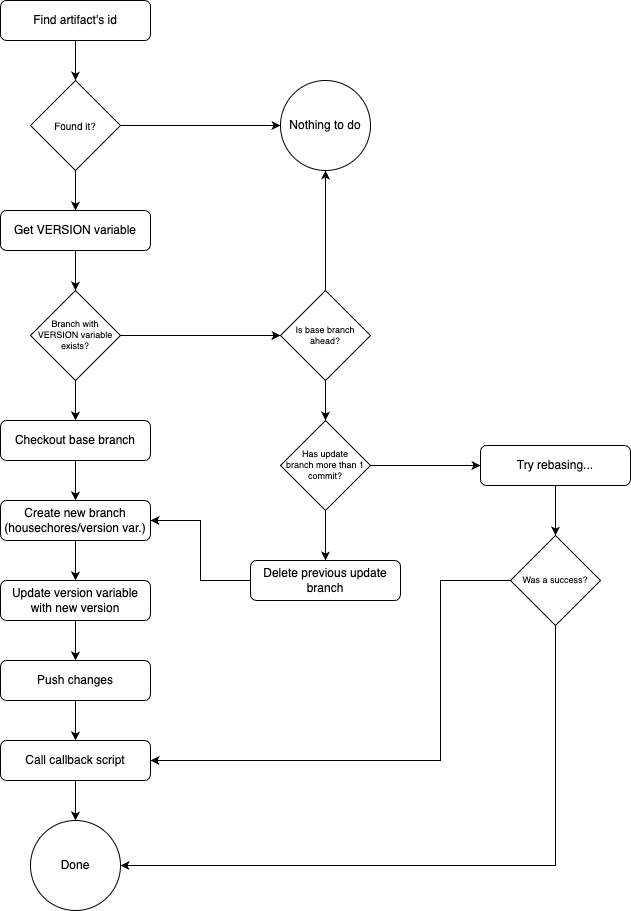
Before: assets/diagram_dark.png, a diagram exported from draw.io (Andr3Carvalh0/Gradle_Dependencies_Updater). Source tidied: cells renumbered, new cells last; positions are measured from the earlier drawing's top-left corner, leaving out a move shared by most shapes.
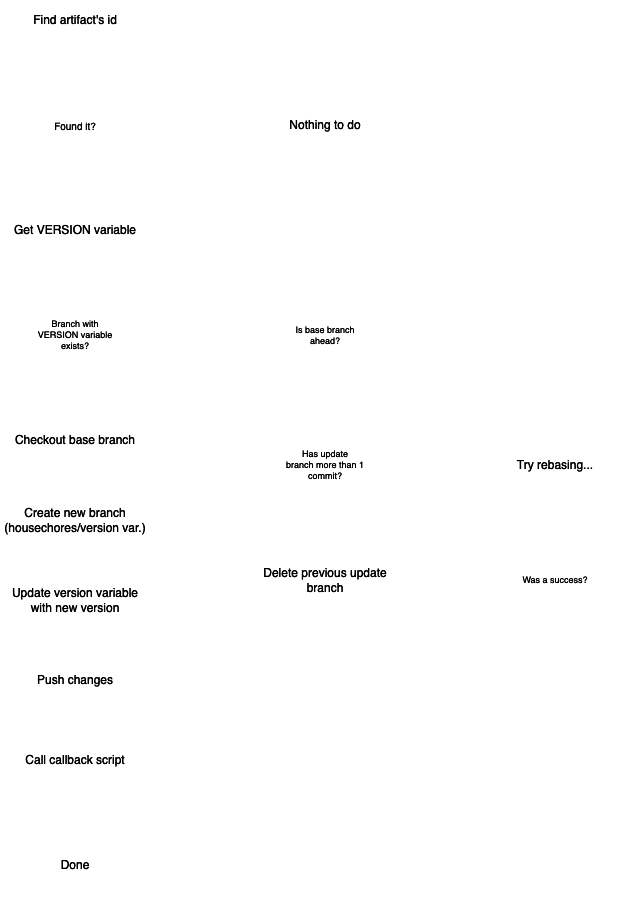
After the commit.

Commit message:
Fix diagram in dark mode

What changed in the source:
```diff
@@ -2,13 +2,13 @@
   <root>
     <mxCell id="0" />
     <mxCell id="1" parent="0" />
-    <mxCell id="2" value="Find artifact's id" style="rounded=1;whiteSpace=wrap;html=1;" parent="1" vertex="1">
+    <mxCell id="2" value="Find artifact's id" style="rounded=1;whiteSpace=wrap;html=1;fillColor=#000000;fontColor=#FFFFFF;" parent="1" vertex="1">
       <mxGeometry width="150" height="40" as="geometry" />
     </mxCell>
     <mxCell id="3" style="edgeStyle=orthogonalEdgeStyle;rounded=0;jettySize=auto;html=1;exitX=0.5;exitY=1;exitDx=0;exitDy=0;entryX=0.5;entryY=0;entryDx=0;entryDy=0;" parent="1" edge="1" source="4" target="7">
       <mxGeometry relative="1" as="geometry" />
     </mxCell>
-    <mxCell id="4" value="Get VERSION variable" style="rounded=1;whiteSpace=wrap;html=1;" parent="1" vertex="1">
+    <mxCell id="4" value="Get VERSION variable" style="rounded=1;whiteSpace=wrap;html=1;fillColor=#000000;fontColor=#FFFFFF;" parent="1" vertex="1">
       <mxGeometry y="210" width="150" height="40" as="geometry" />
     </mxCell>
     <mxCell id="5" style="edgeStyle=orthogonalEdgeStyle;rounded=0;jettySize=auto;html=1;exitX=1;exitY=0.5;exitDx=0;exitDy=0;entryX=0;entryY=0.5;entryDx=0;entryDy=0;" parent="1" edge="1" source="7" target="15">
@@ -17,7 +17,7 @@
     <mxCell id="6" style="edgeStyle=orthogonalEdgeStyle;rounded=0;jettySize=auto;html=1;exitX=0.5;exitY=1;exitDx=0;exitDy=0;entryX=0.5;entryY=0;entryDx=0;entryDy=0;" parent="1" edge="1" source="7" target="17">
       <mxGeometry relative="1" as="geometry" />
     </mxCell>
-    <mxCell id="7" value="Branch with VERSION variable exists?" style="rhombus;whiteSpace=wrap;html=1;fontSize=9;" parent="1" vertex="1">
+    <mxCell id="7" value="Branch with VERSION variable exists?" style="rhombus;whiteSpace=wrap;html=1;fontSize=9;fontColor=#FFFFFF;fillColor=#000000;" parent="1" vertex="1">
       <mxGeometry x="30" y="290" width="90" height="90" as="geometry" />
     </mxCell>
     <mxCell id="8" style="edgeStyle=orthogonalEdgeStyle;rounded=0;jettySize=auto;html=1;entryX=0.5;entryY=1;entryDx=0;entryDy=0;endArrow=none;endFill=0;startArrow=classic;startFill=1;" parent="1" edge="1" source="11" target="2">
@@ -29,10 +29,10 @@
     <mxCell id="10" style="edgeStyle=orthogonalEdgeStyle;rounded=0;jettySize=auto;html=1;exitX=1;exitY=0.5;exitDx=0;exitDy=0;entryX=0;entryY=0.5;entryDx=0;entryDy=0;" parent="1" edge="1" source="11" target="12">
       <mxGeometry relative="1" as="geometry" />
     </mxCell>
-    <mxCell id="11" value="Found it?" style="rhombus;whiteSpace=wrap;html=1;fontSize=10;" parent="1" vertex="1">
+    <mxCell id="11" value="Found it?" style="rhombus;whiteSpace=wrap;html=1;fontSize=10;fontColor=#FFFFFF;fillColor=#000000;" parent="1" vertex="1">
       <mxGeometry x="30" y="80" width="90" height="90" as="geometry" />
     </mxCell>
-    <mxCell id="12" value="Nothing to do" style="ellipse;whiteSpace=wrap;html=1;" parent="1" vertex="1">
+    <mxCell id="12" value="Nothing to do" style="ellipse;whiteSpace=wrap;html=1;fontColor=#FFFFFF;gradientColor=none;fillColor=#000000;" parent="1" vertex="1">
       <mxGeometry x="280" y="80" width="90" height="90" as="geometry" />
     </mxCell>
     <mxCell id="13" style="edgeStyle=orthogonalEdgeStyle;rounded=0;jettySize=auto;html=1;entryX=0.5;entryY=1;entryDx=0;entryDy=0;" parent="1" edge="1" source="15" target="12">
@@ -41,13 +41,13 @@
     <mxCell id="14" style="edgeStyle=orthogonalEdgeStyle;rounded=0;jettySize=auto;html=1;exitX=0.5;exitY=1;exitDx=0;exitDy=0;entryX=0.5;entryY=0;entryDx=0;entryDy=0;" parent="1" edge="1" source="15" target="20">
       <mxGeometry relative="1" as="geometry" />
     </mxCell>
-    <mxCell id="15" value="Is base branch &lt;br&gt;ahead?" style="rhombus;whiteSpace=wrap;html=1;fontSize=9;" parent="1" vertex="1">
+    <mxCell id="15" value="Is base branch &lt;br&gt;ahead?" style="rhombus;whiteSpace=wrap;html=1;fontSize=9;fillColor=#000000;fontColor=#FFFFFF;" parent="1" vertex="1">
       <mxGeometry x="280" y="290" width="90" height="90" as="geometry" />
     </mxCell>
     <mxCell id="16" style="edgeStyle=orthogonalEdgeStyle;rounded=0;jettySize=auto;html=1;exitX=0.5;exitY=1;exitDx=0;exitDy=0;entryX=0.5;entryY=0;entryDx=0;entryDy=0;" parent="1" edge="1" source="17" target="22">
       <mxGeometry relative="1" as="geometry" />
     </mxCell>
-    <mxCell id="17" value="Checkout base branch" style="rounded=1;whiteSpace=wrap;html=1;" parent="1" vertex="1">
+    <mxCell id="17" value="Checkout base branch" style="rounded=1;whiteSpace=wrap;html=1;fillColor=#000000;fontColor=#FFFFFF;" parent="1" vertex="1">
       <mxGeometry y="420" width="150" height="40" as="geometry" />
     </mxCell>
     <mxCell id="18" style="edgeStyle=orthogonalEdgeStyle;rounded=0;jettySize=auto;html=1;exitX=0.5;exitY=1;exitDx=0;exitDy=0;" parent="1" edge="1" source="20" target="26">
@@ -56,73 +56,78 @@
     <mxCell id="19" style="edgeStyle=orthogonalEdgeStyle;rounded=0;jettySize=auto;html=1;exitX=1;exitY=0.5;exitDx=0;exitDy=0;entryX=0;entryY=0.5;entryDx=0;entryDy=0;" parent="1" edge="1" source="20" target="33">
       <mxGeometry relative="1" as="geometry" />
     </mxCell>
-    <mxCell id="20" value="Has update &lt;br&gt;branch more than 1 &lt;br&gt;commit?" style="rhombus;whiteSpace=wrap;html=1;fontSize=9;" parent="1" vertex="1">
+    <mxCell id="20" value="Has update &lt;br&gt;branch more than 1 &lt;br&gt;commit?" style="rhombus;whiteSpace=wrap;html=1;fontSize=9;fillColor=#000000;fontColor=#FFFFFF;" parent="1" vertex="1">
       <mxGeometry x="280" y="420" width="90" height="90" as="geometry" />
     </mxCell>
     <mxCell id="21" style="edgeStyle=orthogonalEdgeStyle;rounded=0;jettySize=auto;html=1;exitX=0.5;exitY=1;exitDx=0;exitDy=0;entryX=0.5;entryY=0;entryDx=0;entryDy=0;" parent="1" edge="1" source="22" target="24">
       <mxGeometry relative="1" as="geometry" />
     </mxCell>
-    <mxCell id="22" value="Create new branch &lt;br&gt;(housechores/version var.)" style="rounded=1;whiteSpace=wrap;html=1;" parent="1" vertex="1">
+    <mxCell id="22" value="Create new branch &lt;br&gt;(housechores/version var.)" style="rounded=1;whiteSpace=wrap;html=1;fillColor=#000000;fontColor=#FFFFFF;" parent="1" vertex="1">
       <mxGeometry y="500" width="150" height="40" as="geometry" />
     </mxCell>
     <mxCell id="23" style="edgeStyle=orthogonalEdgeStyle;rounded=0;jettySize=auto;html=1;exitX=0.5;exitY=1;exitDx=0;exitDy=0;entryX=0.5;entryY=0;entryDx=0;entryDy=0;" parent="1" edge="1" source="24" target="28">
       <mxGeometry relative="1" as="geometry" />
     </mxCell>
-    <mxCell id="24" value="Update version variable with new version" style="rounded=1;whiteSpace=wrap;html=1;" parent="1" vertex="1">
+    <mxCell id="24" value="Update version variable with new version" style="rounded=1;whiteSpace=wrap;html=1;fontColor=#FFFFFF;fillColor=#000000;" parent="1" vertex="1">
       <mxGeometry y="580" width="150" height="40" as="geometry" />
     </mxCell>
     <mxCell id="25" style="edgeStyle=orthogonalEdgeStyle;rounded=0;jettySize=auto;html=1;exitX=0;exitY=0.5;exitDx=0;exitDy=0;entryX=1;entryY=0.5;entryDx=0;entryDy=0;" parent="1" edge="1" source="26" target="22">
       <mxGeometry relative="1" as="geometry" />
     </mxCell>
-    <mxCell id="26" value="Delete previous update branch" style="rounded=1;whiteSpace=wrap;html=1;" parent="1" vertex="1">
+    <mxCell id="26" value="Delete previous update branch" style="rounded=1;whiteSpace=wrap;html=1;fontColor=#FFFFFF;fillColor=#000000;" parent="1" vertex="1">
       <mxGeometry x="250" y="560" width="150" height="40" as="geometry" />
     </mxCell>
     <mxCell id="27" style="edgeStyle=orthogonalEdgeStyle;rounded=0;jettySize=auto;html=1;exitX=0.5;exitY=1;exitDx=0;exitDy=0;entryX=0.5;entryY=0;entryDx=0;entryDy=0;" parent="1" edge="1" source="28" target="30">
       <mxGeometry relative="1" as="geometry" />
     </mxCell>
-    <mxCell id="28" value="Push changes" style="rounded=1;whiteSpace=wrap;html=1;" parent="1" vertex="1">
+    <mxCell id="28" value="Push changes" style="rounded=1;whiteSpace=wrap;html=1;fillColor=#000000;fontColor=#FFFFFF;" parent="1" vertex="1">
       <mxGeometry y="660" width="150" height="40" as="geometry" />
     </mxCell>
     <mxCell id="29" style="edgeStyle=orthogonalEdgeStyle;rounded=0;jettySize=auto;html=1;exitX=0.5;exitY=1;exitDx=0;exitDy=0;entryX=0.5;entryY=0;entryDx=0;entryDy=0;" parent="1" edge="1" source="30" target="31">
       <mxGeometry relative="1" as="geometry" />
     </mxCell>
-    <mxCell id="30" value="Call callback script" style="rounded=1;whiteSpace=wrap;html=1;" parent="1" vertex="1">
+    <mxCell id="30" value="Call callback script" style="rounded=1;whiteSpace=wrap;html=1;fontColor=#FFFFFF;fillColor=#000000;" parent="1" vertex="1">
       <mxGeometry y="740" width="150" height="40" as="geometry" />
     </mxCell>
-    <mxCell id="31" value="Done" style="ellipse;whiteSpace=wrap;html=1;" parent="1" vertex="1">
+    <mxCell id="31" value="Done" style="ellipse;whiteSpace=wrap;html=1;fillColor=#000000;fontColor=#FFFFFF;" parent="1" vertex="1">
       <mxGeometry x="30" y="820" width="90" height="90" as="geometry" />
     </mxCell>
-    <mxCell id="32" style="edgeStyle=orthogonalEdgeStyle;rounded=0;jettySize=auto;html=1;exitX=0.5;exitY=1;exitDx=0;exitDy=0;entryX=0.5;entryY=0;entryDx=0;entryDy=0;" parent="1" edge="1" source="33" target="44">
-      <mxGeometry relative="1" as="geometry" />
-    </mxCell>
+    <mxCell id="47" style="edgeStyle=orthogonalEdgeStyle;rounded=0;jettySize=auto;html=1;" parent="1" edge="1" source="33">
+      <mxGeometry relative="1" as="geometry">
+        <mxPoint x="555" y="535" as="targetPoint" />
+      </mxGeometry>
+    </mxCell>
-    <mxCell id="33" value="Try rebasing..." style="rounded=1;whiteSpace=wrap;html=1;" parent="1" vertex="1">
+    <mxCell id="33" value="Try rebasing..." style="rounded=1;whiteSpace=wrap;html=1;fillColor=#000000;fontColor=#FFFFFF;" parent="1" vertex="1">
       <mxGeometry x="480" y="445" width="150" height="40" as="geometry" />
     </mxCell>
-    <mxCell id="34" value="No" style="text;html=1;align=center;verticalAlign=middle;whiteSpace=wrap;rounded=0;fontColor=#FFFFFF;" parent="1" vertex="1">
+    <mxCell id="34" value="No" style="text;html=1;align=center;verticalAlign=middle;whiteSpace=wrap;rounded=0;fontColor=#000000;" parent="1" vertex="1">
       <mxGeometry x="120" y="93" width="60" height="30" as="geometry" />
     </mxCell>
-    <mxCell id="35" value="Yes" style="text;html=1;align=center;verticalAlign=middle;whiteSpace=wrap;rounded=0;fontColor=#FFFFFF;" parent="1" vertex="1">
+    <mxCell id="35" value="Yes" style="text;html=1;align=center;verticalAlign=middle;whiteSpace=wrap;rounded=0;" parent="1" vertex="1">
       <mxGeometry x="74" y="170" width="60" height="30" as="geometry" />
     </mxCell>
-    <mxCell id="36" value="Yes" style="text;html=1;align=center;verticalAlign=middle;whiteSpace=wrap;rounded=0;fontColor=#FFFFFF;" parent="1" vertex="1">
+    <mxCell id="36" value="Yes" style="text;html=1;align=center;verticalAlign=middle;whiteSpace=wrap;rounded=0;" parent="1" vertex="1">
       <mxGeometry x="120" y="304" width="60" height="30" as="geometry" />
     </mxCell>
-    <mxCell id="37" value="No" style="text;html=1;align=center;verticalAlign=middle;whiteSpace=wrap;rounded=0;fontColor=#FFFFFF;" parent="1" vertex="1">
+    <mxCell id="37" value="No" style="text;html=1;align=center;verticalAlign=middle;whiteSpace=wrap;rounded=0;" parent="1" vertex="1">
       <mxGeometry x="74" y="380" width="60" height="30" as="geometry" />
     </mxCell>
-    <mxCell id="38" value="No" style="text;html=1;align=center;verticalAlign=middle;whiteSpace=wrap;rounded=0;fontColor=#FFFFFF;" parent="1" vertex="1">
+    <mxCell id="38" value="No" style="text;html=1;align=center;verticalAlign=middle;whiteSpace=wrap;rounded=0;" parent="1" vertex="1">
       <mxGeometry x="325" y="260" width="60" height="30" as="geometry" />
     </mxCell>
-    <mxCell id="39" value="Yes" style="text;html=1;align=center;verticalAlign=middle;whiteSpace=wrap;rounded=0;fontColor=#FFFFFF;" parent="1" vertex="1">
+    <mxCell id="39" value="Yes" style="text;html=1;align=center;verticalAlign=middle;whiteSpace=wrap;rounded=0;" parent="1" vertex="1">
       <mxGeometry x="325" y="380" width="60" height="30" as="geometry" />
     </mxCell>
-    <mxCell id="40" value="Yes" style="text;html=1;align=center;verticalAlign=middle;whiteSpace=wrap;rounded=0;fontColor=#FFFFFF;" parent="1" vertex="1">
+    <mxCell id="40" value="Yes" style="text;html=1;align=center;verticalAlign=middle;whiteSpace=wrap;rounded=0;" parent="1" vertex="1">
       <mxGeometry x="370" y="434" width="60" height="30" as="geometry" />
     </mxCell>
-    <mxCell id="41" value="No" style="text;html=1;align=center;verticalAlign=middle;whiteSpace=wrap;rounded=0;fontColor=#FFFFFF;" parent="1" vertex="1">
+    <mxCell id="41" value="No" style="text;html=1;align=center;verticalAlign=middle;whiteSpace=wrap;rounded=0;" parent="1" vertex="1">
       <mxGeometry x="325" y="510" width="60" height="30" as="geometry" />
     </mxCell>
+    <mxCell id="43" style="edgeStyle=orthogonalEdgeStyle;rounded=0;jettySize=auto;html=1;exitX=0.5;exitY=1;exitDx=0;exitDy=0;entryX=1;entryY=0.5;entryDx=0;entryDy=0;fontColor=#000000;" parent="1" edge="1" source="44" target="31">
+      <mxGeometry relative="1" as="geometry" />
+    </mxCell>
-    <mxCell id="42" style="edgeStyle=orthogonalEdgeStyle;rounded=0;jettySize=auto;html=1;exitX=0;exitY=0.5;exitDx=0;exitDy=0;entryX=1;entryY=0.5;entryDx=0;entryDy=0;" parent="1" edge="1" source="44" target="30">
+    <mxCell id="42" style="edgeStyle=orthogonalEdgeStyle;rounded=0;jettySize=auto;html=1;exitX=0;exitY=0.5;exitDx=0;exitDy=0;entryX=1;entryY=0.5;entryDx=0;entryDy=0;fontColor=#000000;" parent="1" edge="1" source="44" target="30">
       <mxGeometry relative="1" as="geometry">
         <Array as="points">
           <mxPoint x="440" y="580" />
@@ -130,17 +135,14 @@
         </Array>
       </mxGeometry>
     </mxCell>
-    <mxCell id="43" style="edgeStyle=orthogonalEdgeStyle;rounded=0;jettySize=auto;html=1;exitX=0.5;exitY=1;exitDx=0;exitDy=0;entryX=1;entryY=0.5;entryDx=0;entryDy=0;" parent="1" edge="1" source="44" target="31">
-      <mxGeometry relative="1" as="geometry" />
-    </mxCell>
-    <mxCell id="44" value="Was a success?" style="rhombus;whiteSpace=wrap;html=1;fontSize=9;" parent="1" vertex="1">
+    <mxCell id="44" value="Was a success?" style="rhombus;whiteSpace=wrap;html=1;fontSize=9;fillColor=#000000;fontColor=#FFFFFF;" parent="1" vertex="1">
       <mxGeometry x="510" y="535" width="90" height="90" as="geometry" />
     </mxCell>
-    <mxCell id="45" value="Yes" style="text;html=1;align=center;verticalAlign=middle;whiteSpace=wrap;rounded=0;fontColor=#FFFFFF;" parent="1" vertex="1">
+    <mxCell id="45" value="Yes" style="text;html=1;align=center;verticalAlign=middle;whiteSpace=wrap;rounded=0;" parent="1" vertex="1">
       <mxGeometry x="450" y="550" width="60" height="30" as="geometry" />
     </mxCell>
-    <mxCell id="46" value="No" style="text;html=1;align=center;verticalAlign=middle;whiteSpace=wrap;rounded=0;fontColor=#FFFFFF;" parent="1" vertex="1">
-      <mxGeometry x="556" y="625" width="60" height="30" as="geometry" />
+    <mxCell id="46" value="No" style="text;html=1;align=center;verticalAlign=middle;whiteSpace=wrap;rounded=0;" parent="1" vertex="1">
+      <mxGeometry x="557" y="629" width="60" height="30" as="geometry" />
     </mxCell>
   </root>
 </mxGraphModel>
```
